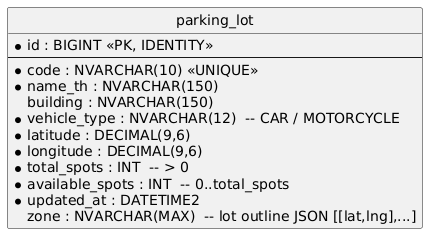
Before: docs/design/er-diagram.png, a diagram exported from PlantUML (ashrofvitheekul/cs261_650001_group6).
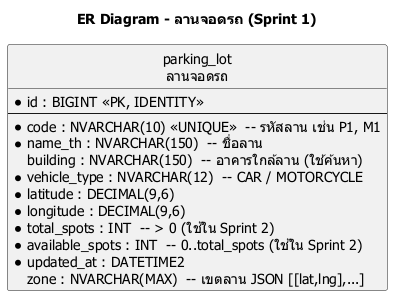
After the change.

What changed in the source:
```diff
@@ -1,17 +1,19 @@
 @startuml
+skinparam defaultFontName Tahoma
 hide circle
-entity parking_lot {
+title ER Diagram - ลานจอดรถ (Sprint 1)
+entity "parking_lot\nลานจอดรถ" as parking_lot {
   * id : BIGINT <<PK, IDENTITY>>
   --
-  * code : NVARCHAR(10) <<UNIQUE>>
-  * name_th : NVARCHAR(150)
-  building : NVARCHAR(150)
+  * code : NVARCHAR(10) <<UNIQUE>>  -- รหัสลาน เช่น P1, M1
+  * name_th : NVARCHAR(150)  -- ชื่อลาน
+  building : NVARCHAR(150)  -- อาคารใกล้ลาน (ใช้ค้นหา)
   * vehicle_type : NVARCHAR(12)  -- CAR / MOTORCYCLE
   * latitude : DECIMAL(9,6)
   * longitude : DECIMAL(9,6)
-  * total_spots : INT  -- > 0
-  * available_spots : INT  -- 0..total_spots
+  * total_spots : INT  -- > 0 (ใช้ใน Sprint 2)
+  * available_spots : INT  -- 0..total_spots (ใช้ใน Sprint 2)
   * updated_at : DATETIME2
-  zone : NVARCHAR(MAX)  -- lot outline JSON [[lat,lng],...]
+  zone : NVARCHAR(MAX)  -- เขตลาน JSON [[lat,lng],...]
 }
 @enduml
```
